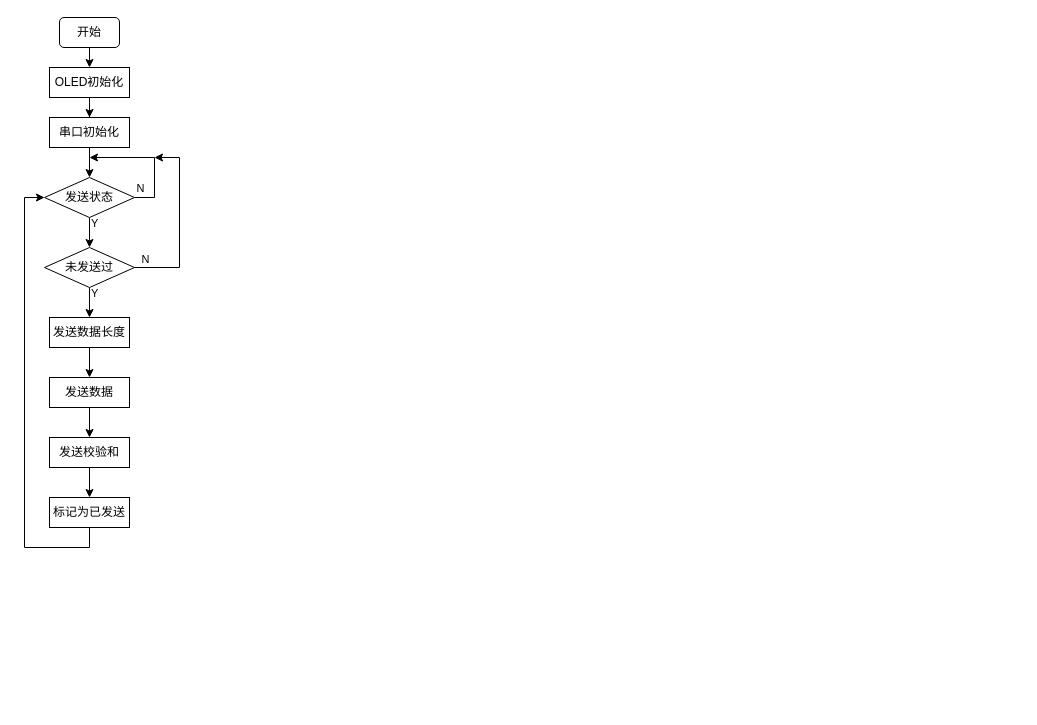
The draw.io diagram 2-STC8F.drawio in lituo666/uart-STC8F, before the edit. Source tidied: cells renumbered, new cells numbered last; positions are measured from the earlier drawing's top-left corner, leaving out a move shared by most shapes. Both pictures are drawn from the tidied source at 100%, with x=0, y=0 at pixel (44, 17).
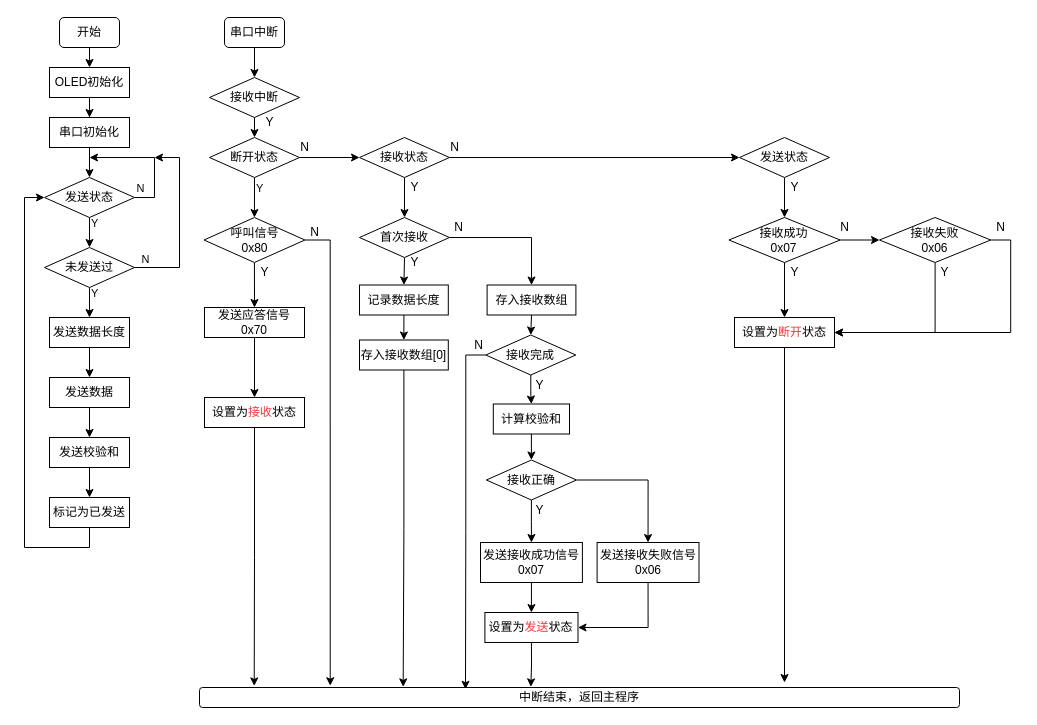
After the change.

The edit, as a diff of the source:
```diff
@@
+    <mxCell id="24" value="Y" style="text;html=1;align=center;verticalAlign=middle;" parent="1" vertex="1">
+      <mxGeometry x="740" y="245" width="20" height="20" as="geometry" />
+    </mxCell>
@@
+    <mxCell id="25" style="edgeStyle=orthogonalEdgeStyle;rounded=0;jettySize=auto;html=1;exitX=0.5;exitY=1;exitDx=0;exitDy=0;entryX=0.5;entryY=0;entryDx=0;entryDy=0;" parent="1" edge="1" source="26" target="28">
+      <mxGeometry relative="1" as="geometry" />
+    </mxCell>
+    <mxCell id="26" value="串口中断" style="rounded=1;whiteSpace=wrap;html=1;" parent="1" vertex="1">
+      <mxGeometry x="180" width="60" height="30" as="geometry" />
+    </mxCell>
+    <mxCell id="27" style="edgeStyle=orthogonalEdgeStyle;rounded=0;jettySize=auto;html=1;exitX=0.5;exitY=1;exitDx=0;exitDy=0;entryX=0.5;entryY=0;entryDx=0;entryDy=0;align=right;" parent="1" edge="1" source="28" target="31">
+      <mxGeometry relative="1" as="geometry" />
+    </mxCell>
+    <mxCell id="28" value="接收中断" style="rhombus;whiteSpace=wrap;html=1;" parent="1" vertex="1">
+      <mxGeometry x="165" y="60" width="90" height="40" as="geometry" />
+    </mxCell>
+    <mxCell id="29" style="edgeStyle=orthogonalEdgeStyle;rounded=0;jettySize=auto;html=1;exitX=1;exitY=0.5;exitDx=0;exitDy=0;entryX=0;entryY=0.5;entryDx=0;entryDy=0;align=right;" parent="1" edge="1" source="31" target="34">
+      <mxGeometry relative="1" as="geometry" />
+    </mxCell>
+    <mxCell id="30" value="Y" style="edgeStyle=orthogonalEdgeStyle;rounded=0;jettySize=auto;html=1;exitX=0.5;exitY=1;exitDx=0;exitDy=0;entryX=0.5;entryY=0;entryDx=0;entryDy=0;align=left;labelPosition=right;verticalLabelPosition=top;verticalAlign=bottom;" parent="1" edge="1" source="31" target="39">
+      <mxGeometry relative="1" as="geometry" />
+    </mxCell>
+    <mxCell id="31" value="断开状态" style="rhombus;whiteSpace=wrap;html=1;" parent="1" vertex="1">
+      <mxGeometry x="165" y="120" width="90" height="40" as="geometry" />
+    </mxCell>
+    <mxCell id="32" style="edgeStyle=orthogonalEdgeStyle;rounded=0;jettySize=auto;html=1;exitX=1;exitY=0.5;exitDx=0;exitDy=0;entryX=0;entryY=0.5;entryDx=0;entryDy=0;align=right;" parent="1" edge="1" source="34" target="36">
+      <mxGeometry relative="1" as="geometry" />
+    </mxCell>
+    <mxCell id="33" style="edgeStyle=orthogonalEdgeStyle;rounded=0;jettySize=auto;html=1;exitX=0.5;exitY=1;exitDx=0;exitDy=0;entryX=0.5;entryY=0;entryDx=0;entryDy=0;align=right;" parent="1" edge="1" source="34" target="46">
+      <mxGeometry relative="1" as="geometry" />
+    </mxCell>
+    <mxCell id="34" value="接收状态" style="rhombus;whiteSpace=wrap;html=1;" parent="1" vertex="1">
+      <mxGeometry x="315" y="120" width="90" height="40" as="geometry" />
+    </mxCell>
+    <mxCell id="35" style="edgeStyle=orthogonalEdgeStyle;rounded=0;jettySize=auto;html=1;exitX=0.5;exitY=1;exitDx=0;exitDy=0;entryX=0.5;entryY=0;entryDx=0;entryDy=0;align=right;" parent="1" edge="1" source="36" target="69">
+      <mxGeometry relative="1" as="geometry" />
+    </mxCell>
+    <mxCell id="36" value="发送状态" style="rhombus;whiteSpace=wrap;html=1;" parent="1" vertex="1">
+      <mxGeometry x="695" y="120" width="90" height="40" as="geometry" />
+    </mxCell>
+    <mxCell id="37" style="edgeStyle=orthogonalEdgeStyle;rounded=0;jettySize=auto;html=1;exitX=0.5;exitY=1;exitDx=0;exitDy=0;entryX=0.5;entryY=0;entryDx=0;entryDy=0;align=right;" parent="1" edge="1" source="39" target="43">
+      <mxGeometry relative="1" as="geometry" />
+    </mxCell>
+    <mxCell id="38" style="edgeStyle=orthogonalEdgeStyle;rounded=0;jettySize=auto;html=1;exitX=1;exitY=0.5;exitDx=0;exitDy=0;entryX=0.172;entryY=-0.089;entryDx=0;entryDy=0;entryPerimeter=0;align=right;" parent="1" edge="1" source="39" target="83">
+      <mxGeometry relative="1" as="geometry" />
+    </mxCell>
+    <mxCell id="39" value="呼叫信号&lt;br&gt;0x80" style="rhombus;whiteSpace=wrap;html=1;" parent="1" vertex="1">
+      <mxGeometry x="159.5" y="200" width="100.9" height="45" as="geometry" />
+    </mxCell>
+    <mxCell id="40" style="edgeStyle=orthogonalEdgeStyle;rounded=0;jettySize=auto;html=1;exitX=0.5;exitY=1;exitDx=0;exitDy=0;entryX=0.072;entryY=-0.079;entryDx=0;entryDy=0;entryPerimeter=0;align=right;" parent="1" edge="1" source="41" target="83">
+      <mxGeometry relative="1" as="geometry" />
+    </mxCell>
+    <mxCell id="41" value="设置为&lt;font color=&quot;#ff3333&quot;&gt;接收&lt;/font&gt;状态" style="whiteSpace=wrap;html=1;" parent="1" vertex="1">
+      <mxGeometry x="160" y="380" width="100" height="30" as="geometry" />
+    </mxCell>
+    <mxCell id="42" style="edgeStyle=orthogonalEdgeStyle;rounded=0;jettySize=auto;html=1;exitX=0.5;exitY=1;exitDx=0;exitDy=0;entryX=0.5;entryY=0;entryDx=0;entryDy=0;align=right;" parent="1" edge="1" source="43" target="41">
+      <mxGeometry relative="1" as="geometry" />
+    </mxCell>
+    <mxCell id="43" value="发送应答信号&lt;br&gt;0x70" style="whiteSpace=wrap;html=1;" parent="1" vertex="1">
+      <mxGeometry x="160" y="290" width="100" height="30" as="geometry" />
+    </mxCell>
+    <mxCell id="44" style="edgeStyle=orthogonalEdgeStyle;rounded=0;jettySize=auto;html=1;exitX=0.5;exitY=1;exitDx=0;exitDy=0;entryX=0.5;entryY=0;entryDx=0;entryDy=0;" parent="1" edge="1" source="46" target="50">
+      <mxGeometry relative="1" as="geometry" />
+    </mxCell>
+    <mxCell id="45" style="edgeStyle=orthogonalEdgeStyle;rounded=0;jettySize=auto;html=1;exitX=1;exitY=0.5;exitDx=0;exitDy=0;entryX=0.5;entryY=0;entryDx=0;entryDy=0;" parent="1" edge="1" source="46" target="52">
+      <mxGeometry relative="1" as="geometry" />
+    </mxCell>
+    <mxCell id="46" value="首次接收" style="rhombus;whiteSpace=wrap;html=1;" parent="1" vertex="1">
+      <mxGeometry x="315" y="200" width="90" height="40" as="geometry" />
+    </mxCell>
+    <mxCell id="47" style="edgeStyle=orthogonalEdgeStyle;rounded=0;jettySize=auto;html=1;exitX=0.5;exitY=1;exitDx=0;exitDy=0;entryX=0.268;entryY=-0.031;entryDx=0;entryDy=0;entryPerimeter=0;align=right;" parent="1" edge="1" source="48" target="83">
+      <mxGeometry relative="1" as="geometry" />
+    </mxCell>
+    <mxCell id="48" value="存入接收数组[0]" style="whiteSpace=wrap;html=1;" parent="1" vertex="1">
+      <mxGeometry x="315" y="322.5" width="88.8" height="30" as="geometry" />
+    </mxCell>
+    <mxCell id="49" style="edgeStyle=orthogonalEdgeStyle;rounded=0;jettySize=auto;html=1;exitX=0.5;exitY=1;exitDx=0;exitDy=0;entryX=0.5;entryY=0;entryDx=0;entryDy=0;" parent="1" edge="1" source="50" target="48">
+      <mxGeometry relative="1" as="geometry" />
+    </mxCell>
+    <mxCell id="50" value="记录数据长度" style="whiteSpace=wrap;html=1;" parent="1" vertex="1">
+      <mxGeometry x="315" y="267.5" width="88.8" height="30" as="geometry" />
+    </mxCell>
+    <mxCell id="51" style="edgeStyle=orthogonalEdgeStyle;rounded=0;jettySize=auto;html=1;exitX=0.5;exitY=1;exitDx=0;exitDy=0;entryX=0.5;entryY=0;entryDx=0;entryDy=0;" parent="1" edge="1" source="52" target="55">
+      <mxGeometry relative="1" as="geometry" />
+    </mxCell>
+    <mxCell id="52" value="存入接收数组" style="whiteSpace=wrap;html=1;" parent="1" vertex="1">
+      <mxGeometry x="442.6" y="267.5" width="88.8" height="30" as="geometry" />
+    </mxCell>
+    <mxCell id="53" style="edgeStyle=orthogonalEdgeStyle;rounded=0;jettySize=auto;html=1;" parent="1" edge="1" source="55" target="57">
+      <mxGeometry relative="1" as="geometry" />
+    </mxCell>
+    <mxCell id="54" style="edgeStyle=orthogonalEdgeStyle;rounded=0;jettySize=auto;html=1;exitX=0;exitY=0.5;exitDx=0;exitDy=0;entryX=0.35;entryY=0.088;entryDx=0;entryDy=0;entryPerimeter=0;align=right;" parent="1" edge="1" source="55" target="83">
+      <mxGeometry relative="1" as="geometry" />
+    </mxCell>
+    <mxCell id="55" value="接收完成" style="rhombus;whiteSpace=wrap;html=1;" parent="1" vertex="1">
+      <mxGeometry x="441.3" y="317.5" width="90" height="40" as="geometry" />
+    </mxCell>
+    <mxCell id="56" style="edgeStyle=orthogonalEdgeStyle;rounded=0;jettySize=auto;html=1;exitX=0.5;exitY=1;exitDx=0;exitDy=0;entryX=0.5;entryY=0;entryDx=0;entryDy=0;" parent="1" edge="1" source="57" target="60">
+      <mxGeometry relative="1" as="geometry" />
+    </mxCell>
+    <mxCell id="57" value="计算校验和" style="whiteSpace=wrap;html=1;" parent="1" vertex="1">
+      <mxGeometry x="448.8" y="386.5" width="76.2" height="30" as="geometry" />
+    </mxCell>
+    <mxCell id="58" style="edgeStyle=orthogonalEdgeStyle;rounded=0;jettySize=auto;html=1;exitX=0.5;exitY=1;exitDx=0;exitDy=0;entryX=0.5;entryY=0;entryDx=0;entryDy=0;" parent="1" edge="1" source="60" target="64">
+      <mxGeometry relative="1" as="geometry" />
+    </mxCell>
+    <mxCell id="59" style="edgeStyle=orthogonalEdgeStyle;rounded=0;jettySize=auto;html=1;exitX=1;exitY=0.5;exitDx=0;exitDy=0;entryX=0.5;entryY=0;entryDx=0;entryDy=0;" parent="1" edge="1" source="60" target="66">
+      <mxGeometry relative="1" as="geometry" />
+    </mxCell>
+    <mxCell id="60" value="接收正确" style="rhombus;whiteSpace=wrap;html=1;" parent="1" vertex="1">
+      <mxGeometry x="441.9" y="442.5" width="90" height="40" as="geometry" />
+    </mxCell>
+    <mxCell id="61" style="edgeStyle=orthogonalEdgeStyle;rounded=0;jettySize=auto;html=1;exitX=0.5;exitY=1;exitDx=0;exitDy=0;entryX=0.436;entryY=-0.031;entryDx=0;entryDy=0;entryPerimeter=0;align=right;" parent="1" edge="1" source="62" target="83">
+      <mxGeometry relative="1" as="geometry" />
+    </mxCell>
+    <mxCell id="62" value="设置为&lt;font color=&quot;#ff3333&quot;&gt;发送&lt;/font&gt;状态" style="whiteSpace=wrap;html=1;" parent="1" vertex="1">
+      <mxGeometry x="440.4" y="595" width="93.1" height="30" as="geometry" />
+    </mxCell>
+    <mxCell id="63" style="edgeStyle=orthogonalEdgeStyle;rounded=0;jettySize=auto;html=1;exitX=0.5;exitY=1;exitDx=0;exitDy=0;entryX=0.5;entryY=0;entryDx=0;entryDy=0;" parent="1" edge="1" source="64" target="62">
+      <mxGeometry relative="1" as="geometry" />
+    </mxCell>
+    <mxCell id="64" value="发送接收成功信号&lt;br&gt;0x07" style="whiteSpace=wrap;html=1;" parent="1" vertex="1">
+      <mxGeometry x="436" y="525" width="101.9" height="40" as="geometry" />
+    </mxCell>
+    <mxCell id="65" style="edgeStyle=orthogonalEdgeStyle;rounded=0;jettySize=auto;html=1;exitX=0.5;exitY=1;exitDx=0;exitDy=0;entryX=1;entryY=0.5;entryDx=0;entryDy=0;" parent="1" edge="1" source="66" target="62">
+      <mxGeometry relative="1" as="geometry" />
+    </mxCell>
+    <mxCell id="66" value="发送接收失败信号&lt;br&gt;0x06" style="whiteSpace=wrap;html=1;" parent="1" vertex="1">
+      <mxGeometry x="552.6" y="525" width="101.9" height="40" as="geometry" />
+    </mxCell>
+    <mxCell id="67" style="edgeStyle=orthogonalEdgeStyle;rounded=0;jettySize=auto;html=1;" parent="1" edge="1" source="69" target="75">
+      <mxGeometry relative="1" as="geometry" />
+    </mxCell>
+    <mxCell id="68" style="edgeStyle=orthogonalEdgeStyle;rounded=0;jettySize=auto;html=1;exitX=0.5;exitY=1;exitDx=0;exitDy=0;align=right;" parent="1" edge="1" source="69">
+      <mxGeometry relative="1" as="geometry">
+        <mxPoint x="740" y="300" as="targetPoint" />
+      </mxGeometry>
+    </mxCell>
+    <mxCell id="69" value="接收成功&lt;br&gt;0x07" style="rhombus;whiteSpace=wrap;html=1;" parent="1" vertex="1">
+      <mxGeometry x="684.4" y="200" width="111.2" height="45" as="geometry" />
+    </mxCell>
+    <mxCell id="70" style="edgeStyle=orthogonalEdgeStyle;rounded=0;jettySize=auto;html=1;exitX=0.5;exitY=1;exitDx=0;exitDy=0;align=right;" parent="1" edge="1" source="71">
+      <mxGeometry relative="1" as="geometry">
+        <mxPoint x="740" y="665" as="targetPoint" />
+      </mxGeometry>
+    </mxCell>
+    <mxCell id="71" value="设置为&lt;font color=&quot;#ff3333&quot;&gt;断开&lt;/font&gt;状态" style="whiteSpace=wrap;html=1;" parent="1" vertex="1">
+      <mxGeometry x="690" y="300" width="100" height="30" as="geometry" />
+    </mxCell>
+    <mxCell id="72" value="Y" style="text;html=1;align=center;verticalAlign=middle;" parent="1" vertex="1">
+      <mxGeometry x="890" y="245" width="20" height="20" as="geometry" />
+    </mxCell>
+    <mxCell id="73" style="edgeStyle=orthogonalEdgeStyle;rounded=0;jettySize=auto;html=1;exitX=0.5;exitY=1;exitDx=0;exitDy=0;entryX=1;entryY=0.5;entryDx=0;entryDy=0;align=right;" parent="1" edge="1" source="75" target="71">
+      <mxGeometry relative="1" as="geometry" />
+    </mxCell>
+    <mxCell id="74" style="edgeStyle=orthogonalEdgeStyle;rounded=0;jettySize=auto;html=1;exitX=1;exitY=0.5;exitDx=0;exitDy=0;entryX=1;entryY=0.5;entryDx=0;entryDy=0;align=right;" parent="1" edge="1" source="75" target="71">
+      <mxGeometry relative="1" as="geometry" />
+    </mxCell>
+    <mxCell id="75" value="接收失败&lt;br&gt;0x06" style="rhombus;whiteSpace=wrap;html=1;" parent="1" vertex="1">
+      <mxGeometry x="835" y="200" width="111.2" height="45" as="geometry" />
+    </mxCell>
+    <mxCell id="76" value="Y" style="text;html=1;align=center;verticalAlign=middle;" parent="1" vertex="1">
+      <mxGeometry x="360" y="235" width="20" height="20" as="geometry" />
+    </mxCell>
+    <mxCell id="77" value="Y" style="text;html=1;align=center;verticalAlign=middle;" parent="1" vertex="1">
+      <mxGeometry x="210" y="245" width="20" height="20" as="geometry" />
+    </mxCell>
+    <mxCell id="78" value="Y" style="text;html=1;align=center;verticalAlign=middle;" parent="1" vertex="1">
+      <mxGeometry x="215" y="95" width="20" height="20" as="geometry" />
+    </mxCell>
+    <mxCell id="79" value="Y" style="text;html=1;align=center;verticalAlign=middle;" parent="1" vertex="1">
+      <mxGeometry x="360" y="160" width="20" height="20" as="geometry" />
+    </mxCell>
+    <mxCell id="80" value="Y" style="text;html=1;align=center;verticalAlign=middle;" parent="1" vertex="1">
+      <mxGeometry x="485" y="357.5" width="20" height="20" as="geometry" />
+    </mxCell>
+    <mxCell id="81" value="Y" style="text;html=1;align=center;verticalAlign=middle;" parent="1" vertex="1">
+      <mxGeometry x="485" y="482.5" width="20" height="20" as="geometry" />
+    </mxCell>
+    <mxCell id="82" value="Y" style="text;html=1;align=center;verticalAlign=middle;" parent="1" vertex="1">
+      <mxGeometry x="740" y="160" width="20" height="20" as="geometry" />
+    </mxCell>
+    <mxCell id="83" value="中断结束，返回主程序" style="rounded=1;whiteSpace=wrap;html=1;" parent="1" vertex="1">
+      <mxGeometry x="155" y="670" width="760" height="20" as="geometry" />
+    </mxCell>
+    <mxCell id="84" value="N" style="text;html=1;align=center;verticalAlign=middle;" parent="1" vertex="1">
+      <mxGeometry x="946.2" y="200" width="20" height="20" as="geometry" />
+    </mxCell>
+    <mxCell id="85" value="N" style="text;html=1;align=center;verticalAlign=middle;" parent="1" vertex="1">
+      <mxGeometry x="790" y="200" width="20" height="20" as="geometry" />
+    </mxCell>
+    <mxCell id="86" value="N" style="text;html=1;align=center;verticalAlign=middle;" parent="1" vertex="1">
+      <mxGeometry x="403.8" y="200" width="20" height="20" as="geometry" />
+    </mxCell>
+    <mxCell id="87" value="N" style="text;html=1;align=center;verticalAlign=middle;" parent="1" vertex="1">
+      <mxGeometry x="250" y="120" width="20" height="20" as="geometry" />
+    </mxCell>
+    <mxCell id="88" value="N" style="text;html=1;align=center;verticalAlign=middle;" parent="1" vertex="1">
+      <mxGeometry x="400" y="120" width="20" height="20" as="geometry" />
+    </mxCell>
+    <mxCell id="89" value="N" style="text;html=1;align=center;verticalAlign=middle;" parent="1" vertex="1">
+      <mxGeometry x="423.8" y="317.5" width="20" height="20" as="geometry" />
+    </mxCell>
+    <mxCell id="90" value="N" style="text;html=1;align=center;verticalAlign=middle;" parent="1" vertex="1">
+      <mxGeometry x="260" y="205" width="20" height="20" as="geometry" />
+    </mxCell>
```
